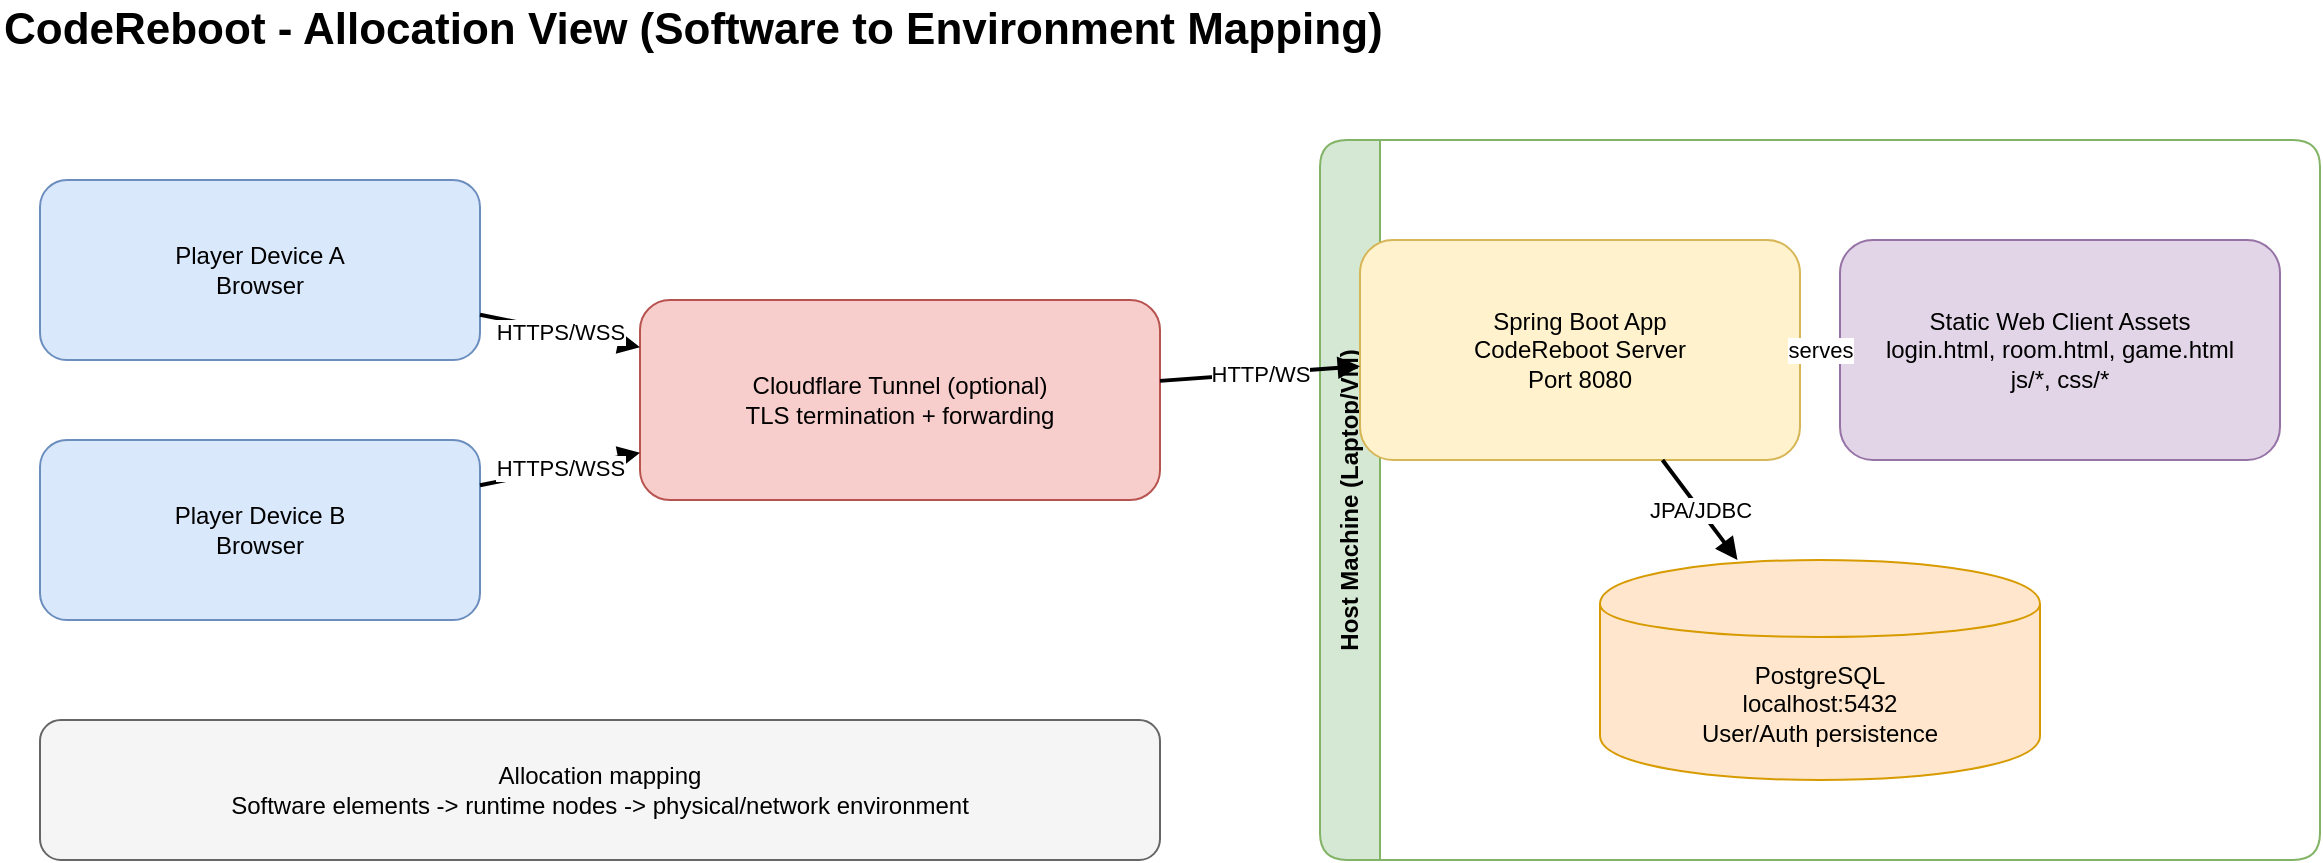
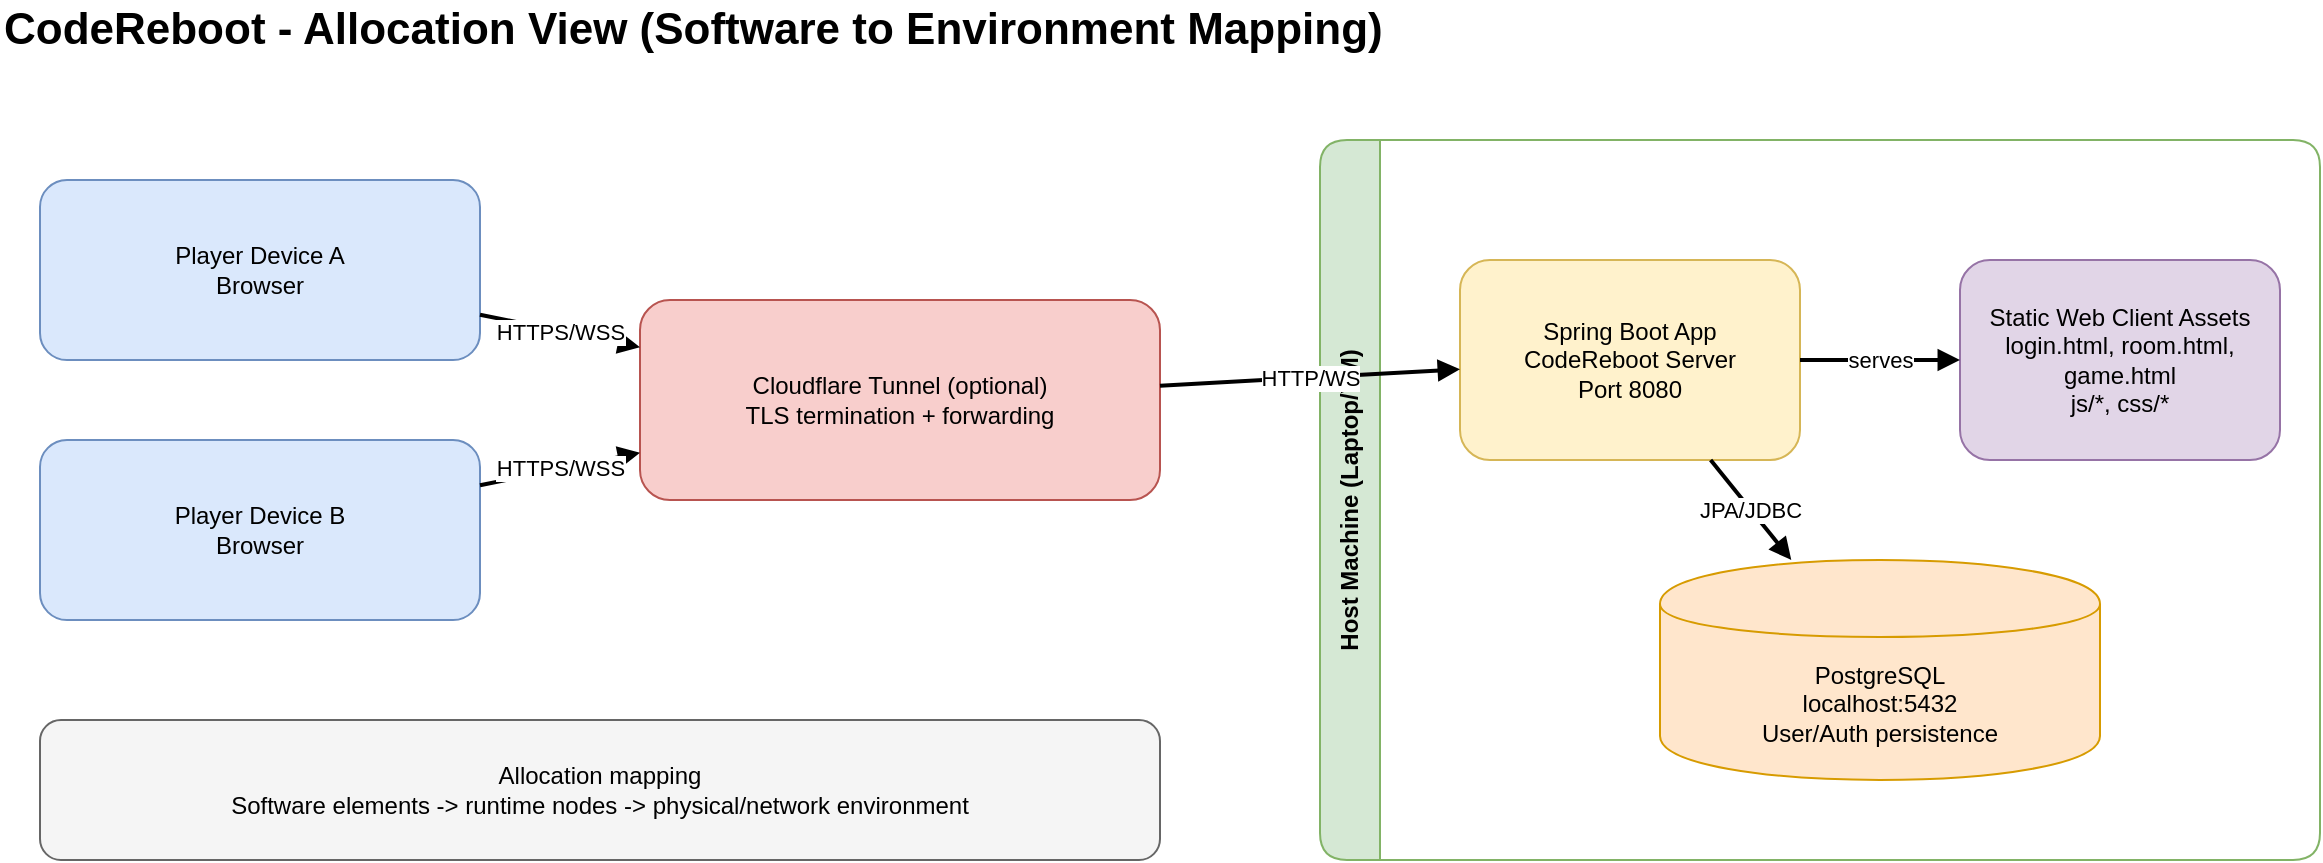
- <mxfile host="app.diagrams.net" modified="2026-04-17T12:00:00.000Z" agent="Mozilla/5.0" version="24.7.17" type="device">
-   <diagram id="allocation-view-1" name="Allocation View">
-     <mxGraphModel dx="1524" dy="878" grid="1" gridSize="10" guides="1" tooltips="1" connect="1" arrows="1" fold="1" page="1" pageScale="1" pageWidth="1600" pageHeight="1000" math="0" shadow="0">
-       <root>
-         <mxCell id="0" />
-         <mxCell id="1" parent="0" />
- 
-         <mxCell id="title" value="CodeReboot - Allocation View (Software to Environment Mapping)" style="text;html=1;strokeColor=none;fillColor=none;align=left;verticalAlign=middle;whiteSpace=wrap;rounded=0;fontSize=22;fontStyle=1;" vertex="1" parent="1">
-           <mxGeometry x="40" y="20" width="760" height="30" as="geometry" />
-         </mxCell>
- 
-         <mxCell id="deviceA" value="Player Device A&#xa;Browser" style="rounded=1;whiteSpace=wrap;html=1;fillColor=#dae8fc;strokeColor=#6c8ebf;" vertex="1" parent="1">
-           <mxGeometry x="60" y="110" width="220" height="90" as="geometry" />
-         </mxCell>
- 
-         <mxCell id="deviceB" value="Player Device B&#xa;Browser" style="rounded=1;whiteSpace=wrap;html=1;fillColor=#dae8fc;strokeColor=#6c8ebf;" vertex="1" parent="1">
-           <mxGeometry x="60" y="240" width="220" height="90" as="geometry" />
-         </mxCell>
- 
-         <mxCell id="tunnel" value="Cloudflare Tunnel (optional)&#xa;TLS termination + forwarding" style="rounded=1;whiteSpace=wrap;html=1;fillColor=#f8cecc;strokeColor=#b85450;" vertex="1" parent="1">
-           <mxGeometry x="360" y="170" width="260" height="100" as="geometry" />
-         </mxCell>
- 
-         <mxCell id="host" value="Host Machine (Laptop/VM)" style="swimlane;horizontal=0;childLayout=stackLayout;rounded=1;whiteSpace=wrap;html=1;fillColor=#d5e8d4;strokeColor=#82b366;startSize=30;" vertex="1" parent="1">
-           <mxGeometry x="700" y="90" width="500" height="360" as="geometry" />
-         </mxCell>
- 
-         <mxCell id="app" value="Spring Boot App&#xa;CodeReboot Server&#xa;Port 8080" style="rounded=1;whiteSpace=wrap;html=1;fillColor=#fff2cc;strokeColor=#d6b656;" vertex="1" parent="host">
-           <mxGeometry x="20" y="50" width="220" height="110" as="geometry" />
-         </mxCell>
- 
-         <mxCell id="static" value="Static Web Client Assets&#xa;login.html, room.html, game.html&#xa;js/*, css/*" style="rounded=1;whiteSpace=wrap;html=1;fillColor=#e1d5e7;strokeColor=#9673a6;" vertex="1" parent="host">
-           <mxGeometry x="260" y="50" width="220" height="110" as="geometry" />
-         </mxCell>
- 
-         <mxCell id="db" value="PostgreSQL&#xa;localhost:5432&#xa;User/Auth persistence" style="shape=cylinder;whiteSpace=wrap;html=1;boundedLbl=1;fillColor=#ffe6cc;strokeColor=#d79b00;" vertex="1" parent="host">
-           <mxGeometry x="140" y="210" width="220" height="110" as="geometry" />
-         </mxCell>
- 
-         <mxCell id="e1" value="HTTPS/WSS" style="endArrow=block;html=1;strokeWidth=2;" edge="1" parent="1" source="deviceA" target="tunnel">
-           <mxGeometry relative="1" as="geometry" />
-         </mxCell>
-         <mxCell id="e2" value="HTTPS/WSS" style="endArrow=block;html=1;strokeWidth=2;" edge="1" parent="1" source="deviceB" target="tunnel">
-           <mxGeometry relative="1" as="geometry" />
-         </mxCell>
-         <mxCell id="e3" value="HTTP/WS" style="endArrow=block;html=1;strokeWidth=2;" edge="1" parent="1" source="tunnel" target="app">
-           <mxGeometry relative="1" as="geometry" />
-         </mxCell>
-         <mxCell id="e4" value="serves" style="endArrow=block;html=1;strokeWidth=2;" edge="1" parent="host" source="app" target="static">
-           <mxGeometry relative="1" as="geometry" />
-         </mxCell>
-         <mxCell id="e5" value="JPA/JDBC" style="endArrow=block;html=1;strokeWidth=2;" edge="1" parent="host" source="app" target="db">
-           <mxGeometry relative="1" as="geometry" />
-         </mxCell>
- 
-         <mxCell id="legend" value="Allocation mapping&#xa;Software elements -&gt; runtime nodes -&gt; physical/network environment" style="rounded=1;whiteSpace=wrap;html=1;fillColor=#f5f5f5;strokeColor=#666666;fontSize=12;" vertex="1" parent="1">
-           <mxGeometry x="60" y="380" width="560" height="70" as="geometry" />
-         </mxCell>
-       </root>
-     </mxGraphModel>
-   </diagram>
- </mxfile>
+ <mxfile host="65bd71144e">
+     <diagram id="allocation-view-1" name="Allocation View">
+         <mxGraphModel dx="1355" dy="602" grid="1" gridSize="10" guides="1" tooltips="1" connect="1" arrows="1" fold="1" page="1" pageScale="1" pageWidth="1600" pageHeight="1000" math="0" shadow="0">
+             <root>
+                 <mxCell id="0"/>
+                 <mxCell id="1" parent="0"/>
+                 <mxCell id="title" value="CodeReboot - Allocation View (Software to Environment Mapping)" style="text;html=1;strokeColor=none;fillColor=none;align=left;verticalAlign=middle;whiteSpace=wrap;rounded=0;fontSize=22;fontStyle=1;" parent="1" vertex="1">
+                     <mxGeometry x="40" y="20" width="760" height="30" as="geometry"/>
+                 </mxCell>
+                 <mxCell id="deviceA" value="Player Device A&#xa;Browser" style="rounded=1;whiteSpace=wrap;html=1;fillColor=#dae8fc;strokeColor=#6c8ebf;" parent="1" vertex="1">
+                     <mxGeometry x="60" y="110" width="220" height="90" as="geometry"/>
+                 </mxCell>
+                 <mxCell id="deviceB" value="Player Device B&#xa;Browser" style="rounded=1;whiteSpace=wrap;html=1;fillColor=#dae8fc;strokeColor=#6c8ebf;" parent="1" vertex="1">
+                     <mxGeometry x="60" y="240" width="220" height="90" as="geometry"/>
+                 </mxCell>
+                 <mxCell id="tunnel" value="Cloudflare Tunnel (optional)&#xa;TLS termination + forwarding" style="rounded=1;whiteSpace=wrap;html=1;fillColor=#f8cecc;strokeColor=#b85450;" parent="1" vertex="1">
+                     <mxGeometry x="360" y="170" width="260" height="100" as="geometry"/>
+                 </mxCell>
+                 <mxCell id="host" value="Host Machine (Laptop/VM)" style="swimlane;horizontal=0;rounded=1;whiteSpace=wrap;html=1;fillColor=#d5e8d4;strokeColor=#82b366;startSize=30;" parent="1" vertex="1">
+                     <mxGeometry x="700" y="90" width="500" height="360" as="geometry"/>
+                 </mxCell>
+                 <mxCell id="app" value="Spring Boot App&#xa;CodeReboot Server&#xa;Port 8080" style="rounded=1;whiteSpace=wrap;html=1;fillColor=#fff2cc;strokeColor=#d6b656;" parent="host" vertex="1">
+                     <mxGeometry x="70" y="60" width="170" height="100" as="geometry"/>
+                 </mxCell>
+                 <mxCell id="static" value="Static Web Client Assets&#xa;login.html, room.html, game.html&#xa;js/*, css/*" style="rounded=1;whiteSpace=wrap;html=1;fillColor=#e1d5e7;strokeColor=#9673a6;" parent="host" vertex="1">
+                     <mxGeometry x="320" y="60" width="160" height="100" as="geometry"/>
+                 </mxCell>
+                 <mxCell id="db" value="PostgreSQL&#xa;localhost:5432&#xa;User/Auth persistence" style="shape=cylinder;whiteSpace=wrap;html=1;boundedLbl=1;fillColor=#ffe6cc;strokeColor=#d79b00;" parent="host" vertex="1">
+                     <mxGeometry x="170" y="210" width="220" height="110" as="geometry"/>
+                 </mxCell>
+                 <mxCell id="e4" value="serves" style="endArrow=block;html=1;strokeWidth=2;" parent="host" source="app" target="static" edge="1">
+                     <mxGeometry relative="1" as="geometry"/>
+                 </mxCell>
+                 <mxCell id="e5" value="JPA/JDBC" style="endArrow=block;html=1;strokeWidth=2;" parent="host" source="app" target="db" edge="1">
+                     <mxGeometry relative="1" as="geometry"/>
+                 </mxCell>
+                 <mxCell id="e1" value="HTTPS/WSS" style="endArrow=block;html=1;strokeWidth=2;" parent="1" source="deviceA" target="tunnel" edge="1">
+                     <mxGeometry relative="1" as="geometry"/>
+                 </mxCell>
+                 <mxCell id="e2" value="HTTPS/WSS" style="endArrow=block;html=1;strokeWidth=2;" parent="1" source="deviceB" target="tunnel" edge="1">
+                     <mxGeometry relative="1" as="geometry"/>
+                 </mxCell>
+                 <mxCell id="e3" value="HTTP/WS" style="endArrow=block;html=1;strokeWidth=2;" parent="1" source="tunnel" target="app" edge="1">
+                     <mxGeometry relative="1" as="geometry"/>
+                 </mxCell>
+                 <mxCell id="legend" value="Allocation mapping&#xa;Software elements -&gt; runtime nodes -&gt; physical/network environment" style="rounded=1;whiteSpace=wrap;html=1;fillColor=#f5f5f5;strokeColor=#666666;fontSize=12;" parent="1" vertex="1">
+                     <mxGeometry x="60" y="380" width="560" height="70" as="geometry"/>
+                 </mxCell>
+             </root>
+         </mxGraphModel>
+     </diagram>
+ </mxfile>